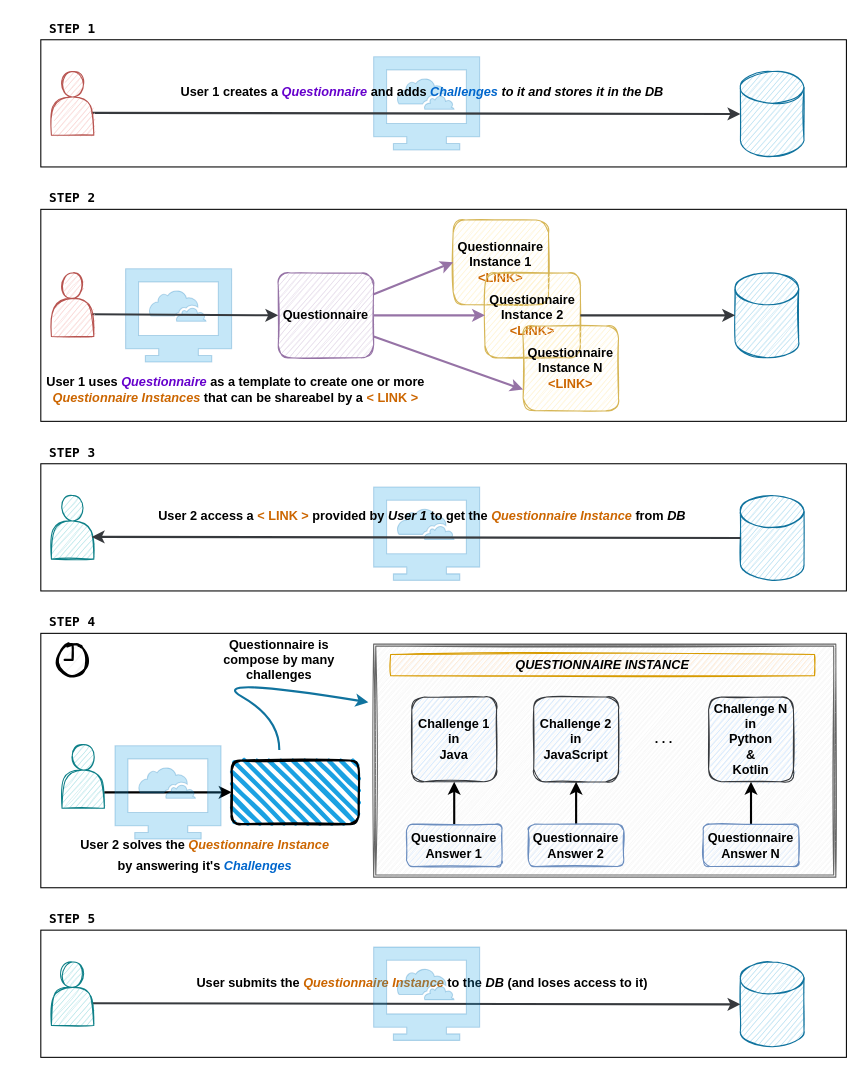
The draw.io diagram Documentacao/solving-a-questionnaire-workflow.drawio in joaoesantos/ise_learning, before the edit. Source tidied: cells renumbered, new cells numbered last; positions are measured from the earlier drawing's top-left corner, leaving out a move shared by most shapes. Both pictures are drawn from the tidied source at 106%, with x=0, y=0 at pixel (18, 18).
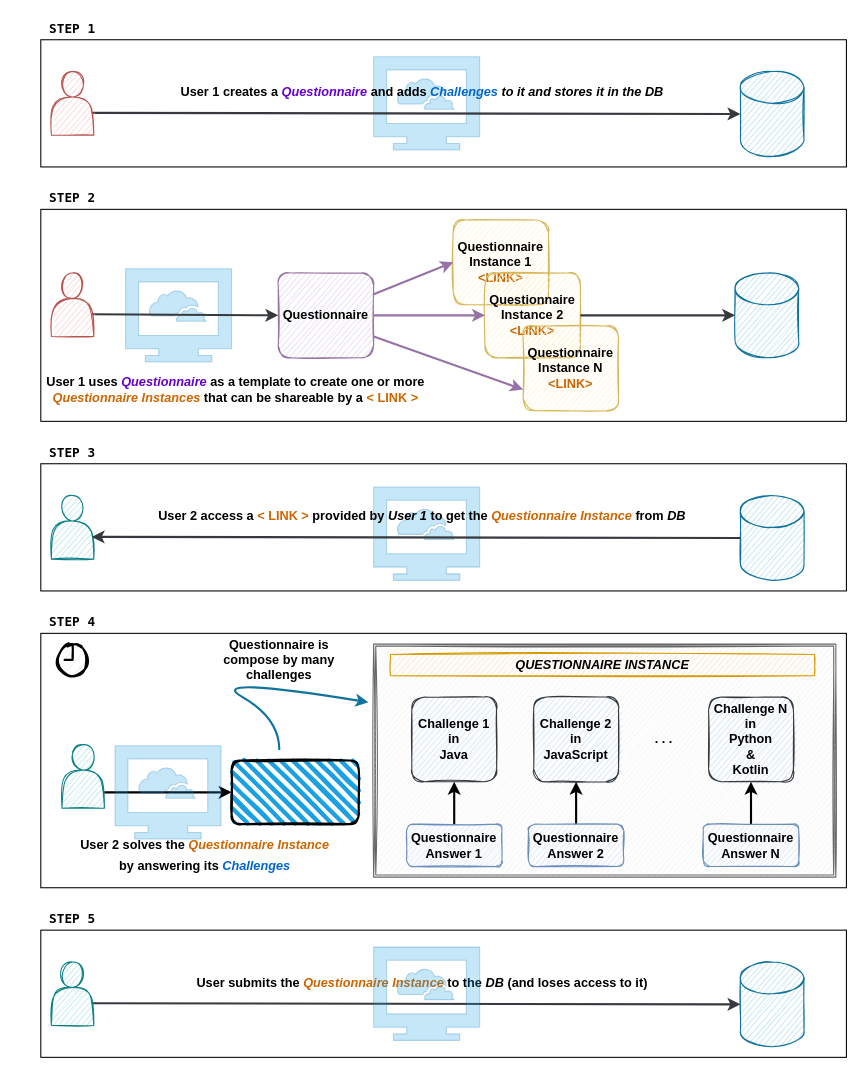
The same diagram, later.

The edit, as a diff of the source:
```diff
@@
-    <mxCell id="30" value="&lt;b&gt;by answering it's &lt;i&gt;&lt;font color=&quot;#0066cc&quot;&gt;Challenges&lt;/font&gt;&lt;/i&gt;&lt;/b&gt;" style="text;html=1;strokeColor=none;fillColor=none;align=center;verticalAlign=middle;whiteSpace=wrap;rounded=0;" parent="1" vertex="1">
+    <mxCell id="30" value="&lt;b&gt;by answering its &lt;i&gt;&lt;font color=&quot;#0066cc&quot;&gt;Challenges&lt;/font&gt;&lt;/i&gt;&lt;/b&gt;" style="text;html=1;strokeColor=none;fillColor=none;align=center;verticalAlign=middle;whiteSpace=wrap;rounded=0;" parent="1" vertex="1">
       <mxGeometry x="31" y="790" width="290" height="20" as="geometry" />
     </mxCell>
@@
-    <mxCell id="60" value="&lt;b&gt;User 1 uses &lt;font color=&quot;#6600cc&quot;&gt;&lt;i&gt;Questionnaire &lt;/i&gt;&lt;/font&gt;as a template to create one or more&lt;br&gt;&lt;font color=&quot;#cc6600&quot;&gt;&lt;i&gt;Questionnaire Instances&lt;/i&gt; &lt;/font&gt;that can be&lt;font color=&quot;#cc6600&quot;&gt;&amp;nbsp;&lt;/font&gt;shareabel by a&lt;font color=&quot;#cc6600&quot;&gt;&amp;nbsp;&amp;lt; LINK &amp;gt;&lt;/font&gt;&lt;/b&gt;" style="text;html=1;strokeColor=none;fillColor=none;align=center;verticalAlign=middle;whiteSpace=wrap;rounded=0;" parent="1" vertex="1">
+    <mxCell id="60" value="&lt;b&gt;User 1 uses &lt;font color=&quot;#6600cc&quot;&gt;&lt;i&gt;Questionnaire &lt;/i&gt;&lt;/font&gt;as a template to create one or more&lt;br&gt;&lt;font color=&quot;#cc6600&quot;&gt;&lt;i&gt;Questionnaire Instances&lt;/i&gt; &lt;/font&gt;that can be&lt;font color=&quot;#cc6600&quot;&gt;&amp;nbsp;&lt;/font&gt;shareable by a&lt;font color=&quot;#cc6600&quot;&gt;&amp;nbsp;&amp;lt; LINK &amp;gt;&lt;/font&gt;&lt;/b&gt;" style="text;html=1;strokeColor=none;fillColor=none;align=center;verticalAlign=middle;whiteSpace=wrap;rounded=0;" parent="1" vertex="1">
       <mxGeometry y="340" width="410" height="20" as="geometry" />
     </mxCell>
```
